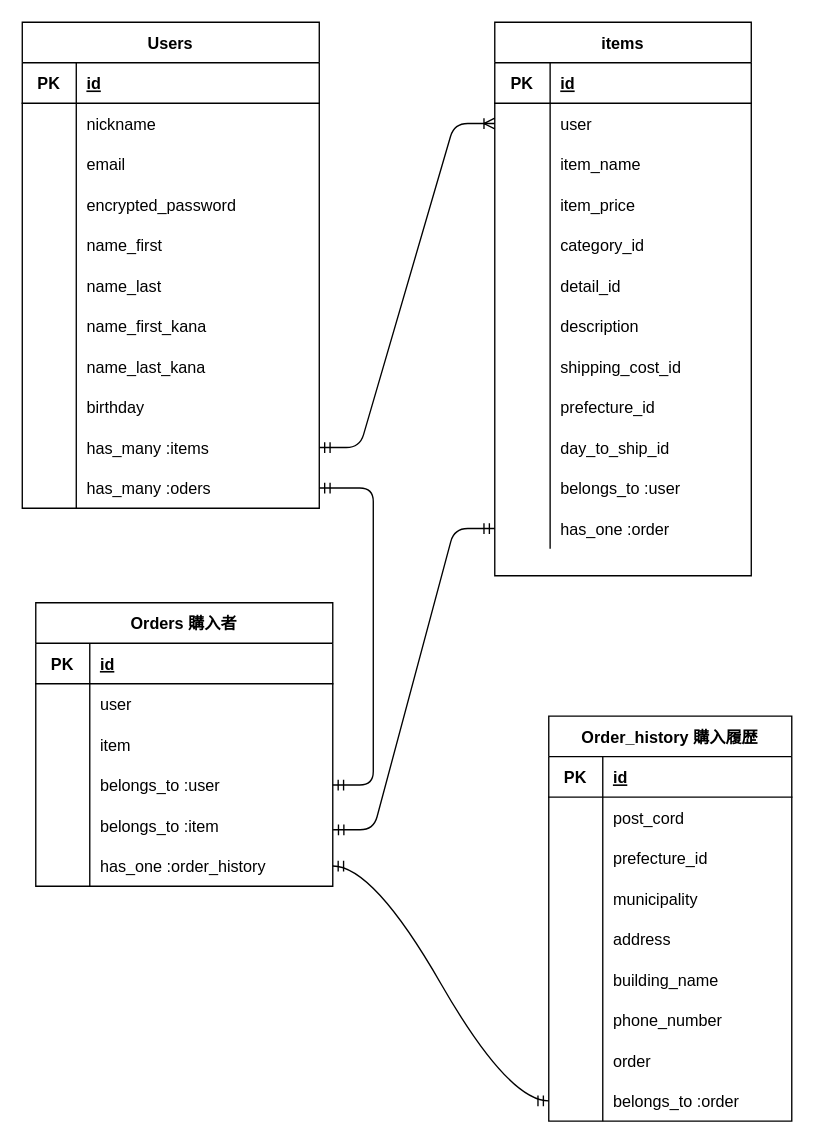
mgm1227/furima-37140 keeps this draw.io diagram as erpct.dio. Above is the earlier version. Source tidied: cells renumbered, new cells numbered last; positions are measured from the earlier drawing's top-left corner, leaving out a move shared by most shapes. Both pictures are drawn from the tidied source at 135%, with x=0, y=0 at pixel (22, 22).
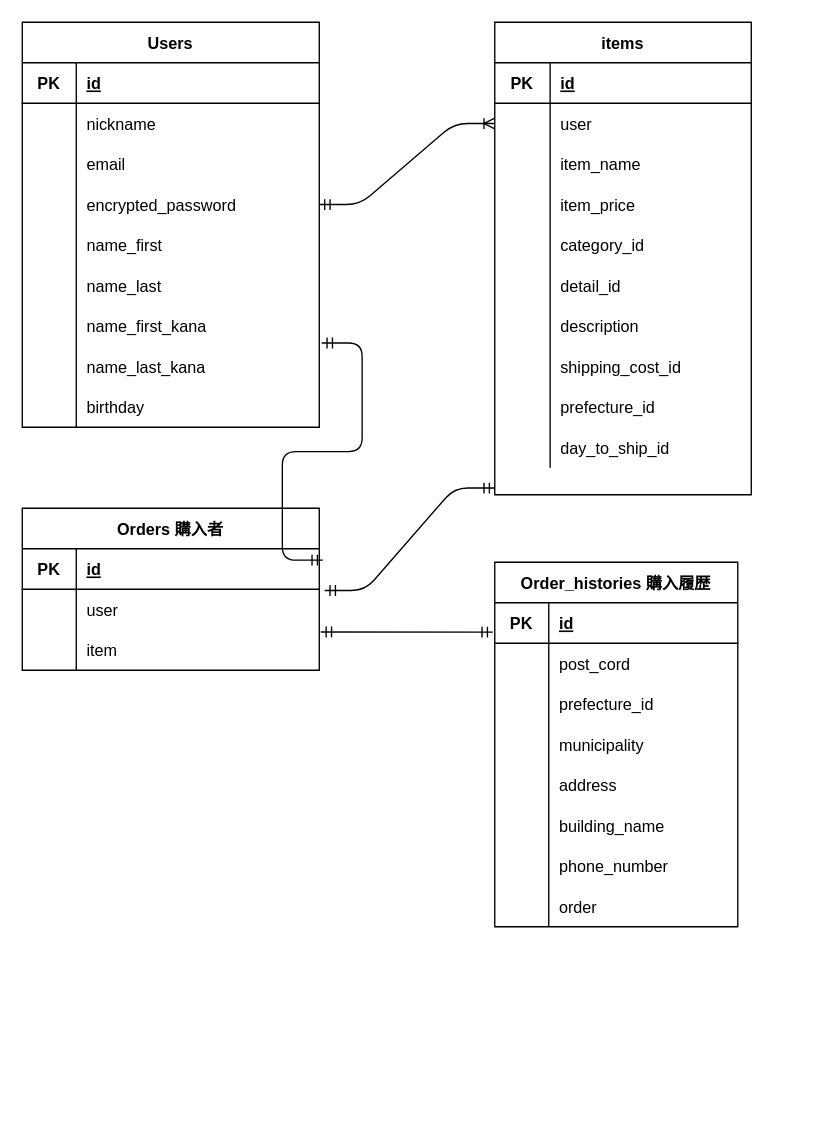
Above is the later version.

The change refers to these unchanged cells:
```xml
<mxCell id="12" style="shape=partialRectangle;fillColor=none;top=0;left=0;bottom=0;right=0;points=[[0,0.5],[1,0.5]];portConstraint=eastwest;" parent="2" vertex="1">
  <mxGeometry y="120" width="220" height="30" as="geometry" />
</mxCell>
<mxCell id="24" style="shape=partialRectangle;fillColor=none;top=0;left=0;bottom=0;right=0;points=[[0,0.5],[1,0.5]];portConstraint=eastwest;" parent="2" vertex="1">
  <mxGeometry y="240" width="220" height="30" as="geometry" />
</mxCell>
<mxCell id="40" style="shape=partialRectangle;fillColor=none;top=0;left=0;bottom=0;right=0;points=[[0,0.5],[1,0.5]];portConstraint=eastwest;" parent="36" vertex="1">
  <mxGeometry y="60" width="190" height="30" as="geometry" />
</mxCell>
<mxCell id="75" style="shape=partialRectangle;fillColor=none;top=0;left=0;bottom=1;right=0;points=[[0,0.5],[1,0.5]];portConstraint=eastwest;" parent="74" vertex="1">
  <mxGeometry y="30" width="220" height="30" as="geometry" />
</mxCell>
<mxCell id="78" style="shape=partialRectangle;fillColor=none;top=0;left=0;bottom=0;right=0;points=[[0,0.5],[1,0.5]];portConstraint=eastwest;" parent="74" vertex="1">
  <mxGeometry y="60" width="220" height="30" as="geometry" />
</mxCell>
<mxCell id="81" style="shape=partialRectangle;fillColor=none;top=0;left=0;bottom=0;right=0;points=[[0,0.5],[1,0.5]];portConstraint=eastwest;" parent="74" vertex="1">
  <mxGeometry y="90" width="220" height="30" as="geometry" />
</mxCell>
<mxCell id="94" style="shape=partialRectangle;fillColor=none;top=0;left=0;bottom=1;right=0;points=[[0,0.5],[1,0.5]];portConstraint=eastwest;" parent="93" vertex="1">
  <mxGeometry y="30" width="180" height="30" as="geometry" />
</mxCell>
```

What changed in the source:
```diff
@@
     <mxCell id="2" value="Users" style="shape=table;startSize=30;childLayout=tableLayout;rowLines=0;fontStyle=1;align=center;" parent="1" vertex="1">
-      <mxGeometry width="220" height="360" as="geometry" />
+      <mxGeometry width="220" height="300" as="geometry" />
     </mxCell>
@@
-    <mxCell id="30" style="shape=partialRectangle;fillColor=none;top=0;left=0;bottom=0;right=0;points=[[0,0.5],[1,0.5]];portConstraint=eastwest;" parent="2" vertex="1">
-      <mxGeometry y="300" width="220" height="30" as="geometry" />
-    </mxCell>
-    <mxCell id="31" style="shape=partialRectangle;fillColor=none;top=0;left=0;bottom=0;right=0;overflow=hidden;" parent="30" vertex="1">
-      <mxGeometry width="40" height="30" as="geometry" />
-    </mxCell>
-    <mxCell id="32" value="has_many :items" style="shape=partialRectangle;fillColor=none;top=0;left=0;bottom=0;right=0;align=left;spacingLeft=6;overflow=hidden;" parent="30" vertex="1">
-      <mxGeometry x="40" width="180" height="30" as="geometry" />
-    </mxCell>
-    <mxCell id="33" style="shape=partialRectangle;fillColor=none;top=0;left=0;bottom=0;right=0;points=[[0,0.5],[1,0.5]];portConstraint=eastwest;" parent="2" vertex="1">
-      <mxGeometry y="330" width="220" height="30" as="geometry" />
-    </mxCell>
-    <mxCell id="34" style="shape=partialRectangle;fillColor=none;top=0;left=0;bottom=0;right=0;overflow=hidden;" parent="33" vertex="1">
-      <mxGeometry width="40" height="30" as="geometry" />
-    </mxCell>
-    <mxCell id="35" value="has_many :oders" style="shape=partialRectangle;fillColor=none;top=0;left=0;bottom=0;right=0;align=left;spacingLeft=6;overflow=hidden;" parent="33" vertex="1">
-      <mxGeometry x="40" width="180" height="30" as="geometry" />
-    </mxCell>
     <mxCell id="36" value="items" style="shape=table;startSize=30;childLayout=tableLayout;rowLines=0;fontStyle=1;align=center;" parent="1" vertex="1">
-      <mxGeometry x="350" width="190" height="410" as="geometry" />
+      <mxGeometry x="350" width="190" height="350" as="geometry" />
     </mxCell>
@@
-    <mxCell id="67" style="shape=partialRectangle;fillColor=none;top=0;left=0;bottom=0;right=0;" parent="36" vertex="1">
-      <mxGeometry y="330" width="190" height="30" as="geometry" />
-    </mxCell>
-    <mxCell id="68" style="shape=partialRectangle;fillColor=none;top=0;left=0;bottom=0;right=0;overflow=hidden;" parent="67" vertex="1">
-      <mxGeometry width="41" height="30" as="geometry" />
-    </mxCell>
-    <mxCell id="69" value="belongs_to :user" style="shape=partialRectangle;fillColor=none;top=0;left=0;bottom=0;right=0;align=left;spacingLeft=6;overflow=hidden;" parent="67" vertex="1">
-      <mxGeometry x="41" width="149" height="30" as="geometry" />
-    </mxCell>
-    <mxCell id="70" style="shape=partialRectangle;fillColor=none;top=0;left=0;bottom=0;right=0;points=[[0,0.5],[1,0.5]];portConstraint=eastwest;" parent="36" vertex="1">
-      <mxGeometry y="360" width="190" height="30" as="geometry" />
-    </mxCell>
-    <mxCell id="71" style="shape=partialRectangle;fillColor=none;top=0;left=0;bottom=0;right=0;overflow=hidden;" parent="70" vertex="1">
-      <mxGeometry width="41" height="30" as="geometry" />
-    </mxCell>
-    <mxCell id="72" value="has_one :order" style="shape=partialRectangle;fillColor=none;top=0;left=0;bottom=0;right=0;align=left;spacingLeft=6;overflow=hidden;" parent="70" vertex="1">
-      <mxGeometry x="41" width="149" height="30" as="geometry" />
-    </mxCell>
-    <mxCell id="73" style="edgeStyle=entityRelationEdgeStyle;fontSize=12;html=1;endArrow=ERoneToMany;startArrow=ERmandOne;" parent="1" edge="1" source="30" target="40">
+    <mxCell id="73" style="edgeStyle=entityRelationEdgeStyle;fontSize=12;html=1;endArrow=ERoneToMany;startArrow=ERmandOne;exitX=1;exitY=0.5;exitDx=0;exitDy=0;" parent="1" edge="1" source="12" target="40">
       <mxGeometry relative="1" as="geometry" />
     </mxCell>
     <mxCell id="74" value="Orders 購入者" style="shape=table;startSize=30;childLayout=tableLayout;rowLines=0;fontStyle=1;align=center;" parent="1" vertex="1">
-      <mxGeometry x="10" y="430" width="220" height="210" as="geometry" />
+      <mxGeometry y="360" width="220" height="120" as="geometry" />
     </mxCell>
@@
-    <mxCell id="84" style="shape=partialRectangle;fillColor=none;top=0;left=0;bottom=0;right=0;points=[[0,0.5],[1,0.5]];portConstraint=eastwest;" parent="74" vertex="1">
-      <mxGeometry y="120" width="220" height="30" as="geometry" />
-    </mxCell>
-    <mxCell id="85" style="shape=partialRectangle;fillColor=none;top=0;left=0;bottom=0;right=0;overflow=hidden;" parent="84" vertex="1">
-      <mxGeometry width="40" height="30" as="geometry" />
-    </mxCell>
-    <mxCell id="86" value="belongs_to :user" style="shape=partialRectangle;fillColor=none;top=0;left=0;bottom=0;right=0;align=left;spacingLeft=6;overflow=hidden;" parent="84" vertex="1">
-      <mxGeometry x="40" width="180" height="30" as="geometry" />
-    </mxCell>
-    <mxCell id="87" style="shape=partialRectangle;fillColor=none;top=0;left=0;bottom=0;right=0;points=[[0,0.5],[1,0.5]];portConstraint=eastwest;" parent="74" vertex="1">
-      <mxGeometry y="150" width="220" height="30" as="geometry" />
-    </mxCell>
-    <mxCell id="88" style="shape=partialRectangle;fillColor=none;top=0;left=0;bottom=0;right=0;overflow=hidden;" parent="87" vertex="1">
-      <mxGeometry width="40" height="30" as="geometry" />
-    </mxCell>
-    <mxCell id="89" value="belongs_to :item" style="shape=partialRectangle;fillColor=none;top=0;left=0;bottom=0;right=0;align=left;spacingLeft=6;overflow=hidden;" parent="87" vertex="1">
-      <mxGeometry x="40" width="180" height="30" as="geometry" />
-    </mxCell>
-    <mxCell id="90" style="shape=partialRectangle;fillColor=none;top=0;left=0;bottom=0;right=0;points=[[0,0.5],[1,0.5]];portConstraint=eastwest;" parent="74" vertex="1">
-      <mxGeometry y="180" width="220" height="30" as="geometry" />
-    </mxCell>
-    <mxCell id="91" style="shape=partialRectangle;fillColor=none;top=0;left=0;bottom=0;right=0;overflow=hidden;" parent="90" vertex="1">
-      <mxGeometry width="40" height="30" as="geometry" />
-    </mxCell>
-    <mxCell id="92" value="has_one :order_history" style="shape=partialRectangle;fillColor=none;top=0;left=0;bottom=0;right=0;align=left;spacingLeft=6;overflow=hidden;" parent="90" vertex="1">
-      <mxGeometry x="40" width="180" height="30" as="geometry" />
-    </mxCell>
-    <mxCell id="93" value="Order_history 購入履歴" style="shape=table;startSize=30;childLayout=tableLayout;rowLines=0;fontStyle=1;align=center;" parent="1" vertex="1">
-      <mxGeometry x="390" y="514" width="180" height="300" as="geometry" />
+    <mxCell id="93" value="Order_histories 購入履歴" style="shape=table;startSize=30;childLayout=tableLayout;rowLines=0;fontStyle=1;align=center;" parent="1" vertex="1">
+      <mxGeometry x="350" y="400" width="180" height="270" as="geometry" />
     </mxCell>
@@
-    <mxCell id="118" style="shape=partialRectangle;fillColor=none;top=0;left=0;bottom=0;right=0;points=[[0,0.5],[1,0.5]];portConstraint=eastwest;" parent="93" vertex="1">
-      <mxGeometry y="270" width="180" height="30" as="geometry" />
-    </mxCell>
-    <mxCell id="119" style="shape=partialRectangle;fillColor=none;top=0;left=0;bottom=0;right=0;overflow=hidden;" parent="118" vertex="1">
-      <mxGeometry width="40" height="30" as="geometry" />
-    </mxCell>
-    <mxCell id="120" value="belongs_to :order" style="shape=partialRectangle;fillColor=none;top=0;left=0;bottom=0;right=0;align=left;spacingLeft=6;overflow=hidden;" parent="118" vertex="1">
-      <mxGeometry x="40" width="140" height="30" as="geometry" />
-    </mxCell>
-    <mxCell id="121" style="fontSize=12;html=1;endArrow=ERmandOne;startArrow=ERmandOne;edgeStyle=entityRelationEdgeStyle;entryX=0;entryY=0.5;entryDx=0;entryDy=0;exitX=1.001;exitY=0.605;exitDx=0;exitDy=0;exitPerimeter=0;" parent="1" edge="1" source="87" target="70">
-      <mxGeometry relative="1" as="geometry" />
+    <mxCell id="121" style="fontSize=12;html=1;endArrow=ERmandOne;startArrow=ERmandOne;edgeStyle=entityRelationEdgeStyle;entryX=0;entryY=0.5;entryDx=0;entryDy=0;exitX=1.018;exitY=0.03;exitDx=0;exitDy=0;exitPerimeter=0;" parent="1" edge="1" source="78">
+      <mxGeometry relative="1" as="geometry">
+        <mxPoint x="350" y="345" as="targetPoint" />
+      </mxGeometry>
     </mxCell>
-    <mxCell id="122" style="edgeStyle=entityRelationEdgeStyle;fontSize=12;html=1;endArrow=ERmandOne;startArrow=ERmandOne;curved=1;exitX=1;exitY=0.5;exitDx=0;exitDy=0;" parent="1" edge="1" source="90" target="118">
+    <mxCell id="122" style="fontSize=12;html=1;endArrow=ERmandOne;startArrow=ERmandOne;exitX=1.005;exitY=0.054;exitDx=0;exitDy=0;exitPerimeter=0;entryX=-0.008;entryY=0.726;entryDx=0;entryDy=0;entryPerimeter=0;" parent="1" edge="1" source="81" target="94">
       <mxGeometry relative="1" as="geometry" />
     </mxCell>
-    <mxCell id="123" style="edgeStyle=entityRelationEdgeStyle;fontSize=12;html=1;endArrow=ERmandOne;startArrow=ERmandOne;entryX=1;entryY=0.5;entryDx=0;entryDy=0;" parent="1" edge="1" source="84" target="33">
+    <mxCell id="123" style="edgeStyle=entityRelationEdgeStyle;fontSize=12;html=1;endArrow=ERmandOne;startArrow=ERmandOne;entryX=1.008;entryY=-0.081;entryDx=0;entryDy=0;exitX=1.012;exitY=0.281;exitDx=0;exitDy=0;exitPerimeter=0;entryPerimeter=0;" parent="1" edge="1" source="75" target="24">
       <mxGeometry relative="1" as="geometry" />
     </mxCell>
```
